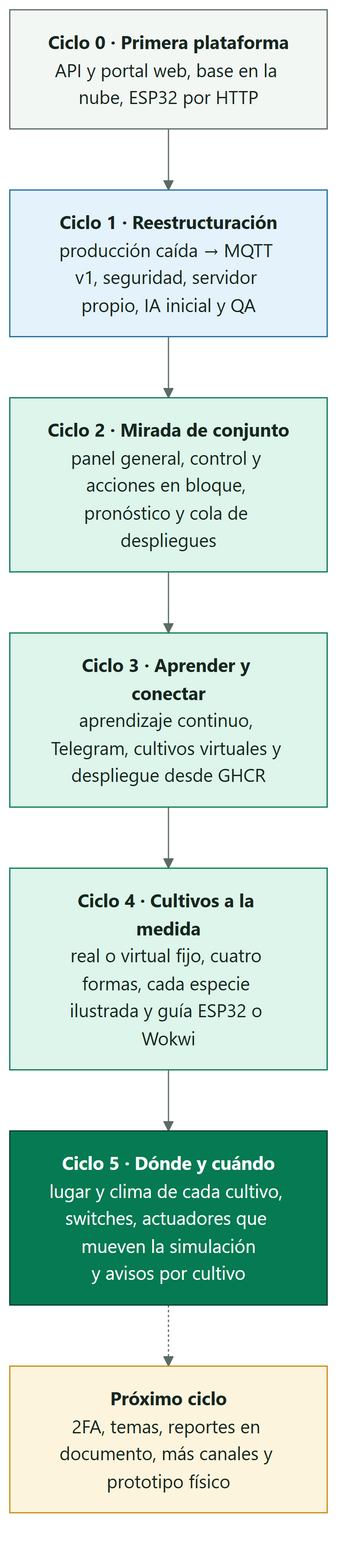
SmartPotTech/.github keeps this Mermaid diagram as docs/diagrams/SmartPot_35_Improvement_Cycles.png. Above is the earlier version. Its source is kept beside it as docs/diagrams/SmartPot_35_Improvement_Cycles.mmd. Source of this version:
```mermaid
%%{init: {"theme": "base", "fontFamily": "Segoe UI, Arial, sans-serif", "themeVariables": {"fontFamily": "Segoe UI, Arial, sans-serif", "fontSize": "15px", "primaryColor": "#DDF5EA", "primaryTextColor": "#17261F", "primaryBorderColor": "#067A52", "secondaryColor": "#E3F2FB", "secondaryTextColor": "#17261F", "secondaryBorderColor": "#1F6FA0", "tertiaryColor": "#F2F7F4", "tertiaryTextColor": "#17261F", "tertiaryBorderColor": "#D5E3DC", "lineColor": "#5B6B63", "textColor": "#17261F", "mainBkg": "#DDF5EA", "nodeBorder": "#067A52", "clusterBkg": "#F7FAF8", "clusterBorder": "#D5E3DC", "edgeLabelBackground": "#FFFFFF", "actorBkg": "#067A52", "actorBorder": "#0B3D2B", "actorTextColor": "#FFFFFF", "actorLineColor": "#5B6B63", "signalColor": "#17261F", "signalTextColor": "#17261F", "labelBoxBkgColor": "#0B3D2B", "labelBoxBorderColor": "#0B3D2B", "labelTextColor": "#FFFFFF", "loopTextColor": "#0B3D2B", "noteBkgColor": "#FDF4DD", "noteBorderColor": "#C98D12", "noteTextColor": "#17261F", "activationBkgColor": "#DDF5EA", "activationBorderColor": "#067A52", "attributeBackgroundColorOdd": "#FFFFFF", "attributeBackgroundColorEven": "#F2F7F4"}}}%%
flowchart TB
  c0["<b>Ciclo 0 · Primera plataforma</b><br/>API y portal web, base en la nube, ESP32 por HTTP"]
  c1["<b>Ciclo 1 · Reestructuración</b><br/>producción caída → MQTT v1, seguridad, servidor propio, IA inicial y QA"]
  c2["<b>Ciclo 2 · Mirada de conjunto</b><br/>panel general, control y acciones en bloque, pronóstico y cola de despliegues"]
  c3["<b>Ciclo 3 · Aprender y conectar</b><br/>aprendizaje continuo, Telegram, cultivos virtuales y despliegue desde GHCR"]
  c4["<b>Ciclo 4 · Cultivos a la medida</b><br/>real o virtual fijo, cuatro formas, cada especie ilustrada y guía ESP32 o Wokwi"]
  c5["<b>Ciclo 5 · Dónde y cuándo</b><br/>lugar y clima de cada cultivo, switches, actuadores que mueven la simulación<br/>y avisos por cultivo"]
  c6["<b>Próximo ciclo</b><br/>2FA, temas, reportes en documento, más canales y prototipo físico"]
  c0 --> c1 --> c2 --> c3 --> c4 --> c5 -.-> c6
  classDef leaf fill:#DDF5EA,stroke:#067A52,color:#17261F
  classDef water fill:#E3F2FB,stroke:#1F6FA0,color:#17261F
  classDef sun fill:#FDF4DD,stroke:#C98D12,color:#17261F
  classDef clay fill:#FBE9E1,stroke:#B85A38,color:#17261F
  classDef core fill:#067A52,stroke:#0B3D2B,color:#FFFFFF
  classDef deep fill:#0B3D2B,stroke:#06281C,color:#FFFFFF
  classDef muted fill:#F2F7F4,stroke:#5B6B63,color:#17261F
  class c0 muted
  class c1 water
  class c2 leaf
  class c3 leaf
  class c4 leaf
  class c5 core
  class c6 sun
```
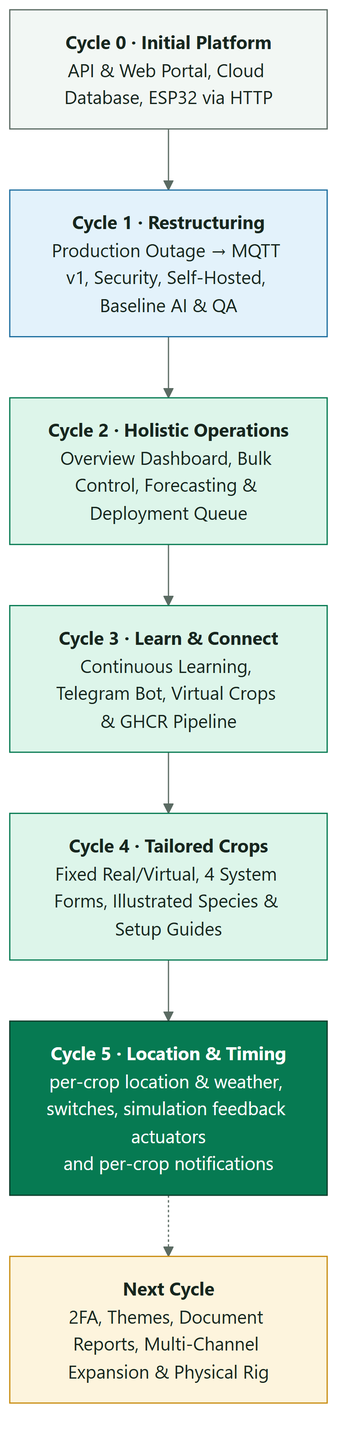
The same file after the commit.

Change to the diagram source:
```diff
@@ -1,12 +1,12 @@
 %%{init: {"theme": "base", "fontFamily": "Segoe UI, Arial, sans-serif", "themeVariables": {"fontFamily": "Segoe UI, Arial, sans-serif", "fontSize": "15px", "primaryColor": "#DDF5EA", "primaryTextColor": "#17261F", "primaryBorderColor": "#067A52", "secondaryColor": "#E3F2FB", "secondaryTextColor": "#17261F", "secondaryBorderColor": "#1F6FA0", "tertiaryColor": "#F2F7F4", "tertiaryTextColor": "#17261F", "tertiaryBorderColor": "#D5E3DC", "lineColor": "#5B6B63", "textColor": "#17261F", "mainBkg": "#DDF5EA", "nodeBorder": "#067A52", "clusterBkg": "#F7FAF8", "clusterBorder": "#D5E3DC", "edgeLabelBackground": "#FFFFFF", "actorBkg": "#067A52", "actorBorder": "#0B3D2B", "actorTextColor": "#FFFFFF", "actorLineColor": "#5B6B63", "signalColor": "#17261F", "signalTextColor": "#17261F", "labelBoxBkgColor": "#0B3D2B", "labelBoxBorderColor": "#0B3D2B", "labelTextColor": "#FFFFFF", "loopTextColor": "#0B3D2B", "noteBkgColor": "#FDF4DD", "noteBorderColor": "#C98D12", "noteTextColor": "#17261F", "activationBkgColor": "#DDF5EA", "activationBorderColor": "#067A52", "attributeBackgroundColorOdd": "#FFFFFF", "attributeBackgroundColorEven": "#F2F7F4"}}}%%
 flowchart TB
-  c0["<b>Ciclo 0 · Primera plataforma</b><br/>API y portal web, base en la nube, ESP32 por HTTP"]
-  c1["<b>Ciclo 1 · Reestructuración</b><br/>producción caída → MQTT v1, seguridad, servidor propio, IA inicial y QA"]
-  c2["<b>Ciclo 2 · Mirada de conjunto</b><br/>panel general, control y acciones en bloque, pronóstico y cola de despliegues"]
-  c3["<b>Ciclo 3 · Aprender y conectar</b><br/>aprendizaje continuo, Telegram, cultivos virtuales y despliegue desde GHCR"]
-  c4["<b>Ciclo 4 · Cultivos a la medida</b><br/>real o virtual fijo, cuatro formas, cada especie ilustrada y guía ESP32 o Wokwi"]
-  c5["<b>Ciclo 5 · Dónde y cuándo</b><br/>lugar y clima de cada cultivo, switches, actuadores que mueven la simulación<br/>y avisos por cultivo"]
-  c6["<b>Próximo ciclo</b><br/>2FA, temas, reportes en documento, más canales y prototipo físico"]
+  c0["<b>Cycle 0 · Initial Platform</b><br/>API & Web Portal, Cloud Database, ESP32 via HTTP"]
+  c1["<b>Cycle 1 · Restructuring</b><br/>Production Outage → MQTT v1, Security, Self-Hosted, Baseline AI & QA"]
+  c2["<b>Cycle 2 · Holistic Operations</b><br/>Overview Dashboard, Bulk Control, Forecasting & Deployment Queue"]
+  c3["<b>Cycle 3 · Learn & Connect</b><br/>Continuous Learning, Telegram Bot, Virtual Crops & GHCR Pipeline"]
+  c4["<b>Cycle 4 · Tailored Crops</b><br/>Fixed Real/Virtual, 4 System Forms, Illustrated Species & Setup Guides"]
+  c5["<b>Cycle 5 · Location & Timing</b><br/>per-crop location & weather, switches, simulation feedback actuators<br/>and per-crop notifications"]
+  c6["<b>Next Cycle</b><br/>2FA, Themes, Document Reports, Multi-Channel Expansion & Physical Rig"]
   c0 --> c1 --> c2 --> c3 --> c4 --> c5 -.-> c6
   classDef leaf fill:#DDF5EA,stroke:#067A52,color:#17261F
   classDef water fill:#E3F2FB,stroke:#1F6FA0,color:#17261F
```
